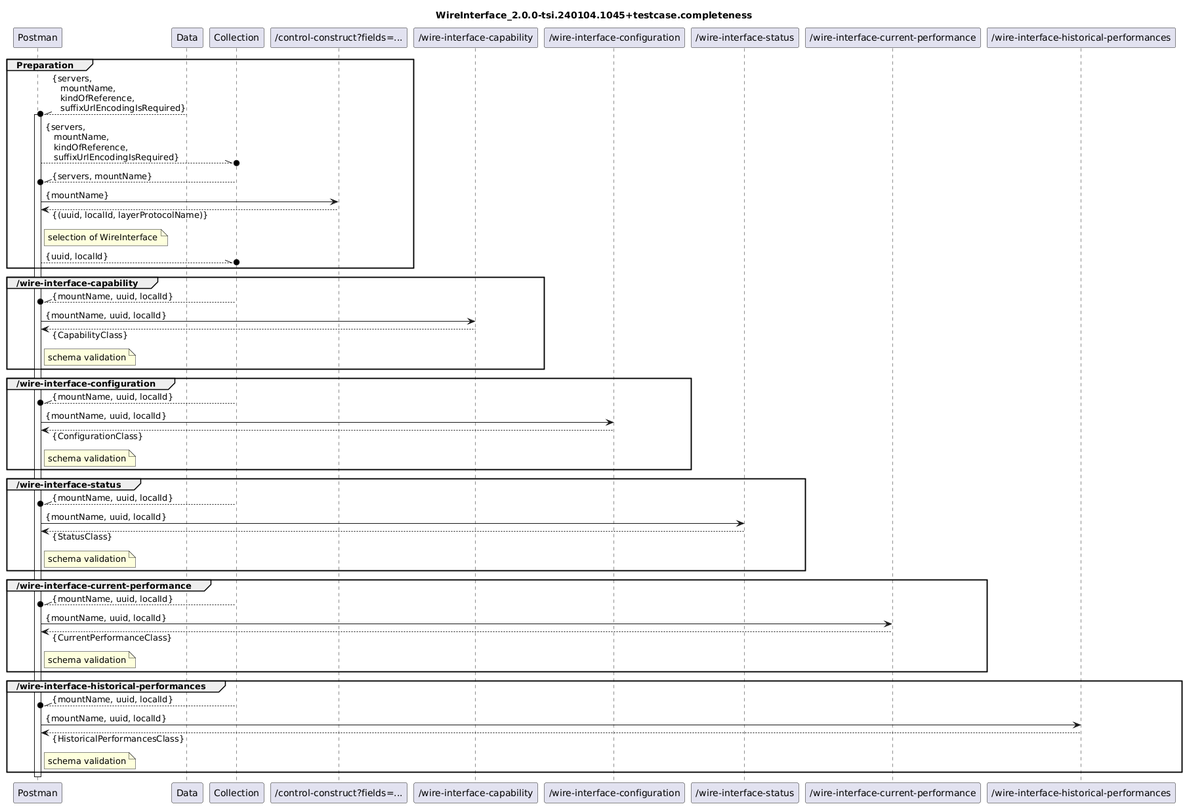
This is WireInterface_2.0.0-tsi.240104.1045+vali/Completeness/WireInterface_2.0.0-tsi.240104.1045+diagram.completeness.png from openBackhaul/wireInterface, a PlantUML export, as it was before one commit.
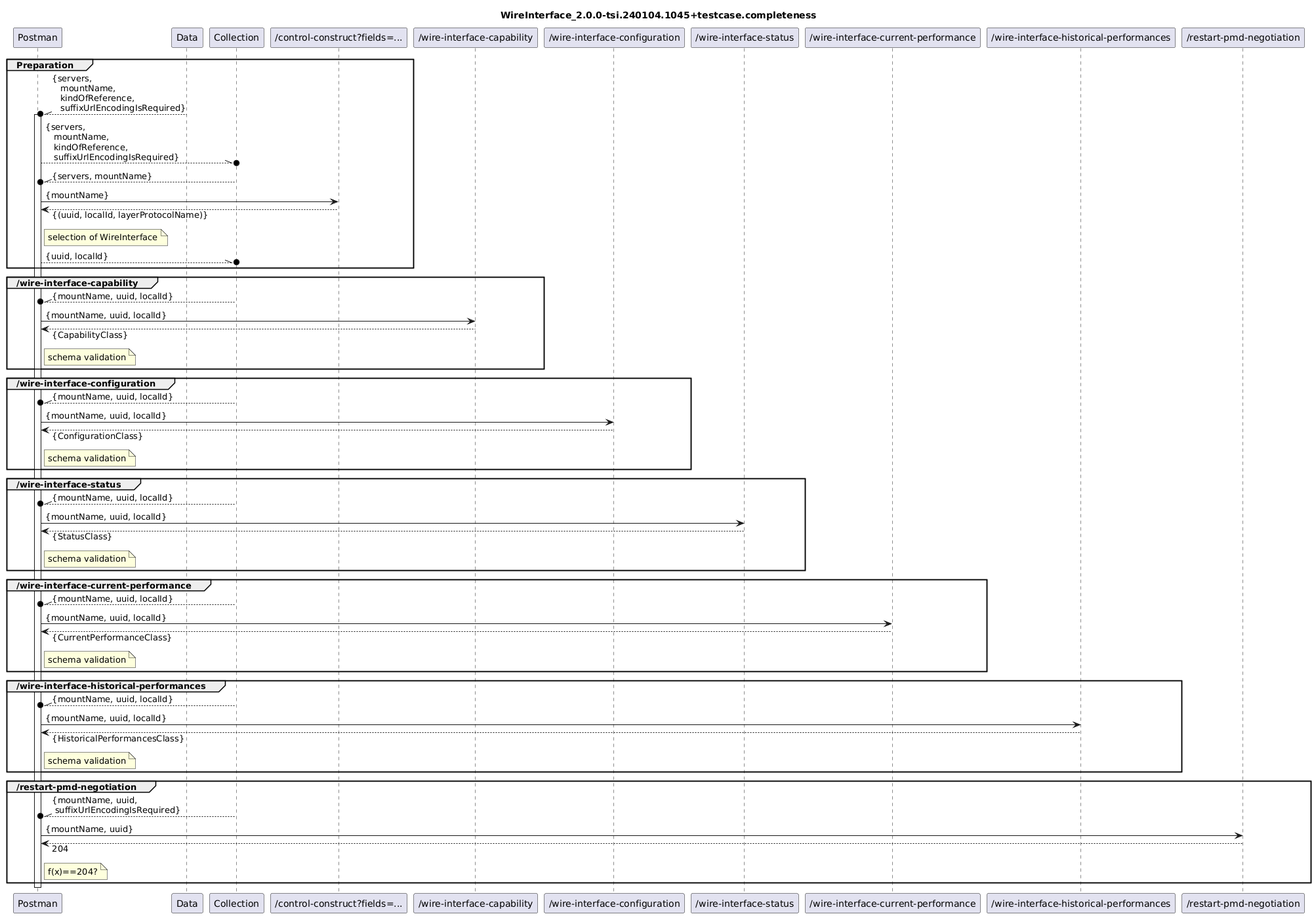
The same file after the commit.

Commit message:
Add RPC to diagram

Diff of the diagram source:
```diff
@@ -16,6 +16,7 @@
 participant "/wire-interface-status" as Status
 participant "/wire-interface-current-performance" as CurrentPerformance
 participant "/wire-interface-historical-performances" as HistoricalPerformances
+participant "/restart-pmd-negotiation" as RestartPmdNegotiation
 
 group Preparation
   Data --\\o Postman : {servers,\n   mountName,\n   kindOfReference,\n   suffixUrlEncodingIsRequired}
@@ -76,5 +77,14 @@
   end note
 end
 
+group /restart-pmd-negotiation
+  Collection --\\o Postman : {mountName, uuid, \n suffixUrlEncodingIsRequired}
+  Postman -> RestartPmdNegotiation : {mountName, uuid}
+  Postman <-- RestartPmdNegotiation : 204
+  note right Postman
+    f(x)==204?
+  end note
+end
+
 deactivate Postman
 @enduml
```
